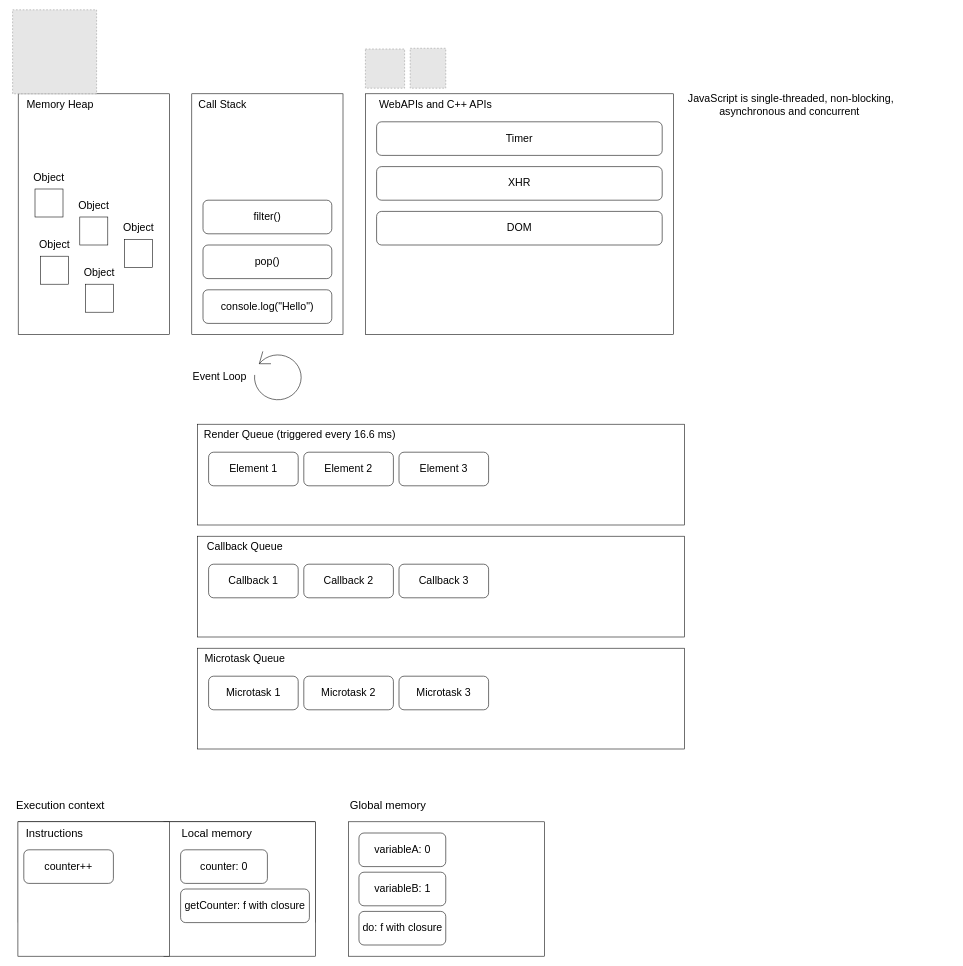
The draw.io diagram V8Engine.drawio in gabrielsanttana/diagrams, before the edit. Source tidied: cells renumbered, new cells numbered last; positions are measured from the earlier drawing's top-left corner, leaving out a move shared by most shapes. Both pictures are drawn from the tidied source at 56%, with x=0, y=0 at pixel (10, 10). Pictures stored in the file or linked from it are replaced by grey dashed boxes.
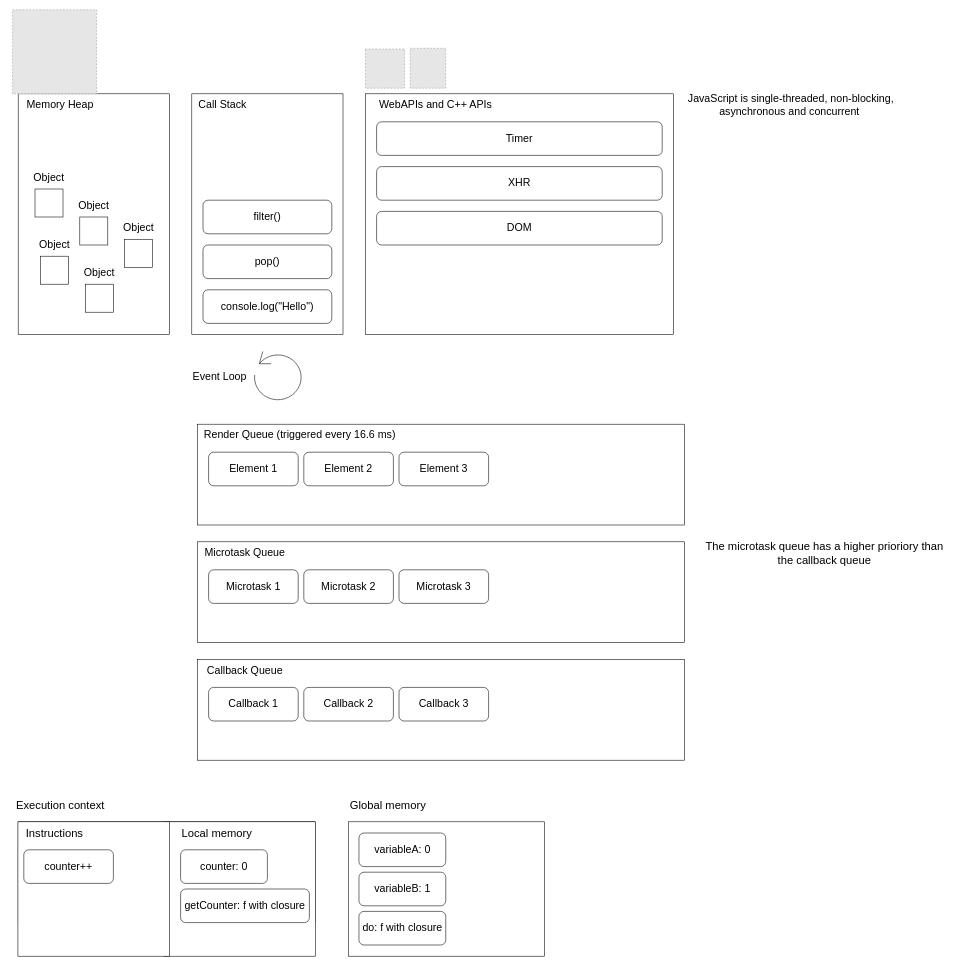
Above is the later version.

Commit message:
Add observation for microtask queue higher priority

The edit, as a diff of the source:
```diff
@@
     <mxCell id="4" style="rounded=0;whiteSpace=wrap;html=1;direction=south;" parent="1" vertex="1">
-      <mxGeometry x="335" y="940" width="870" height="180" as="geometry" />
+      <mxGeometry x="335" y="1160" width="870" height="180" as="geometry" />
     </mxCell>
@@
     <mxCell id="8" value="Callback Queue" style="text;html=1;strokeColor=none;fillColor=none;align=center;verticalAlign=middle;whiteSpace=wrap;rounded=0;fontSize=19;" parent="1" vertex="1">
-      <mxGeometry x="345" y="950" width="150" height="20" as="geometry" />
+      <mxGeometry x="345" y="1170" width="150" height="20" as="geometry" />
     </mxCell>
@@
     <mxCell id="23" value="Callback 1" style="rounded=1;whiteSpace=wrap;html=1;fontSize=19;" parent="1" vertex="1">
-      <mxGeometry x="355" y="990" width="160" height="60" as="geometry" />
+      <mxGeometry x="355" y="1210" width="160" height="60" as="geometry" />
     </mxCell>
     <mxCell id="24" value="&lt;font style=&quot;font-size: 19px;&quot;&gt;Callback 2&lt;/font&gt;" style="rounded=1;whiteSpace=wrap;html=1;fontSize=19;" parent="1" vertex="1">
-      <mxGeometry x="525" y="990" width="160" height="60" as="geometry" />
+      <mxGeometry x="525" y="1210" width="160" height="60" as="geometry" />
     </mxCell>
     <mxCell id="25" value="Callback 3" style="rounded=1;whiteSpace=wrap;html=1;fontSize=19;" parent="1" vertex="1">
-      <mxGeometry x="695" y="990" width="160" height="60" as="geometry" />
+      <mxGeometry x="695" y="1210" width="160" height="60" as="geometry" />
     </mxCell>
     <mxCell id="26" style="rounded=0;whiteSpace=wrap;html=1;direction=south;" parent="1" vertex="1">
-      <mxGeometry x="335" y="1140" width="870" height="180" as="geometry" />
+      <mxGeometry x="335" y="950" width="870" height="180" as="geometry" />
     </mxCell>
     <mxCell id="27" value="Microtask Queue" style="text;html=1;strokeColor=none;fillColor=none;align=center;verticalAlign=middle;whiteSpace=wrap;rounded=0;fontSize=19;" parent="1" vertex="1">
-      <mxGeometry x="345" y="1150" width="150" height="20" as="geometry" />
+      <mxGeometry x="345" y="960" width="150" height="20" as="geometry" />
     </mxCell>
     <mxCell id="28" value="Microtask 1" style="rounded=1;whiteSpace=wrap;html=1;fontSize=19;" parent="1" vertex="1">
-      <mxGeometry x="355" y="1190" width="160" height="60" as="geometry" />
+      <mxGeometry x="355" y="1000" width="160" height="60" as="geometry" />
     </mxCell>
     <mxCell id="29" value="Microtask 2" style="rounded=1;whiteSpace=wrap;html=1;fontSize=19;" parent="1" vertex="1">
-      <mxGeometry x="525" y="1190" width="160" height="60" as="geometry" />
+      <mxGeometry x="525" y="1000" width="160" height="60" as="geometry" />
     </mxCell>
     <mxCell id="30" value="Microtask 3" style="rounded=1;whiteSpace=wrap;html=1;fontSize=19;" parent="1" vertex="1">
-      <mxGeometry x="695" y="1190" width="160" height="60" as="geometry" />
+      <mxGeometry x="695" y="1000" width="160" height="60" as="geometry" />
     </mxCell>
@@
+    <mxCell id="59" value="&lt;font style=&quot;font-size: 20px&quot;&gt;The microtask queue has a higher prioriory than the callback queue&lt;/font&gt;" style="text;html=1;strokeColor=none;fillColor=none;align=center;verticalAlign=middle;whiteSpace=wrap;rounded=0;" parent="1" vertex="1">
+      <mxGeometry x="1225" y="960" width="460" height="20" as="geometry" />
+    </mxCell>
```
